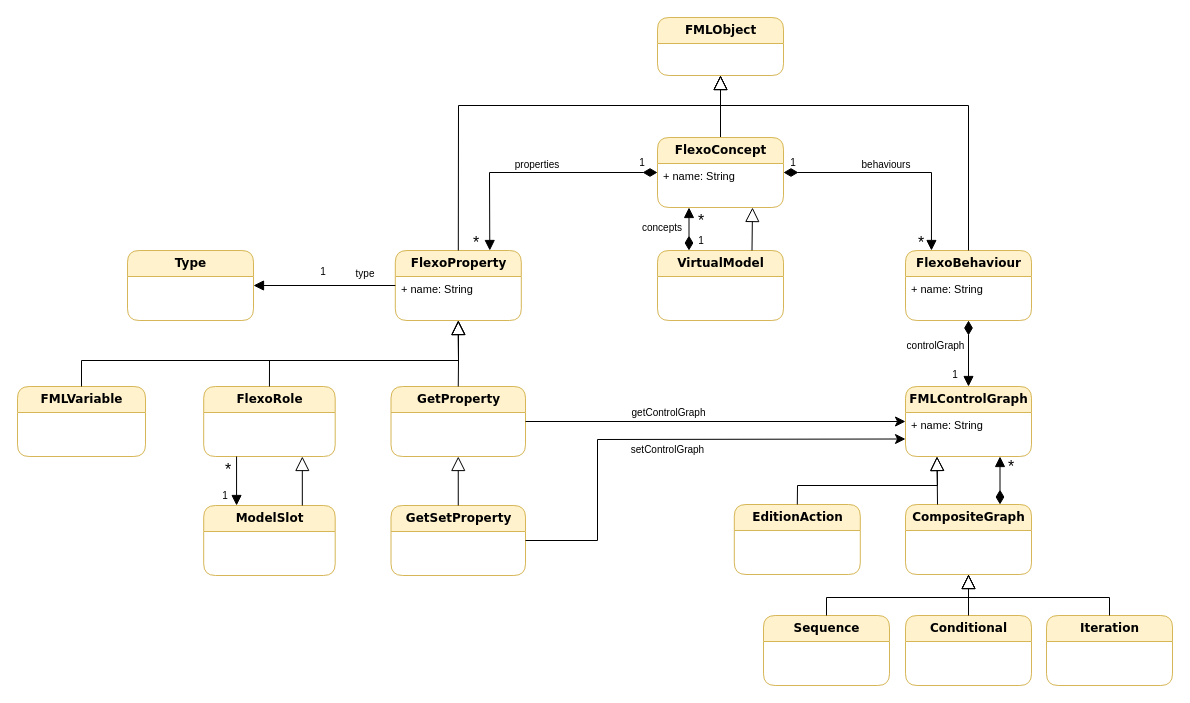
Before: Figures/FMLMetaModel.drawio in labsticc-p4s/multi-process-challenge, a draw.io diagram. Source tidied: cells renumbered, new cells numbered last; positions are measured from the earlier drawing's top-left corner, leaving out a move shared by most shapes. Both pictures are drawn from the tidied source at 100%, with x=0, y=0 at pixel (17, 17).
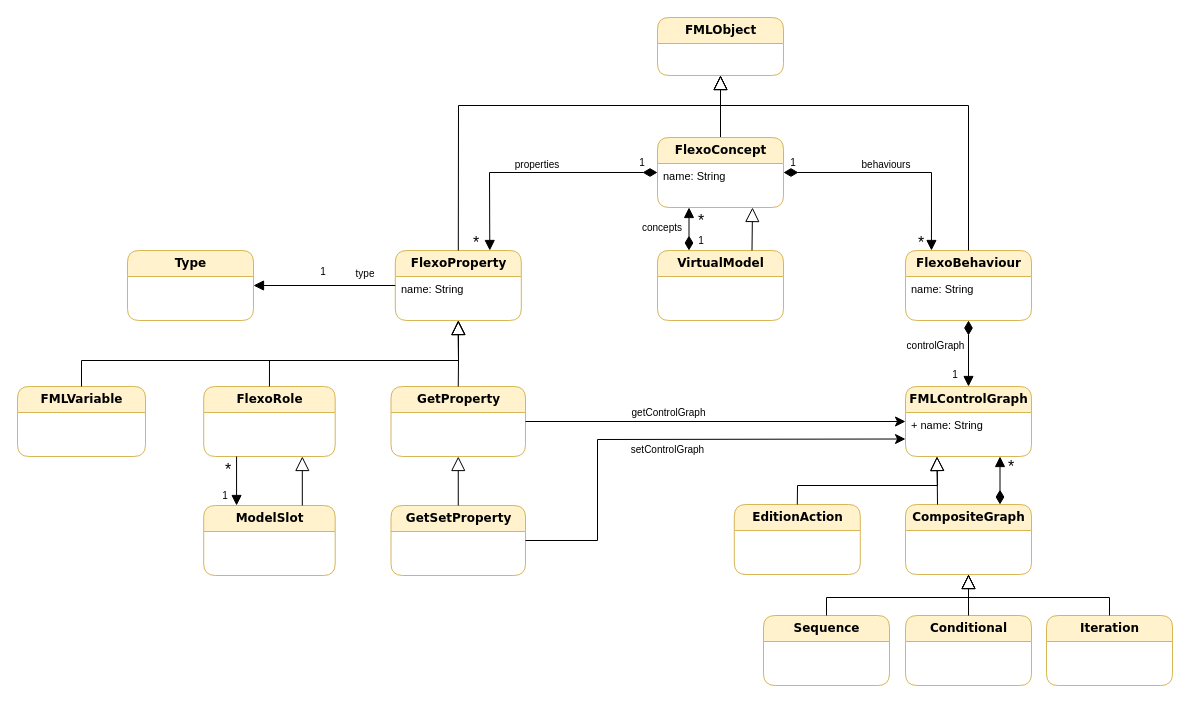
The same page after the edit.

Commit message (it also covers changes not shown here):
des retouches graphiques

The change refers to these unchanged cells:
```xml
<mxCell id="4" value="&lt;font style=&quot;font-size: 12px&quot;&gt;&lt;b&gt;FlexoConcept&lt;/b&gt;&lt;/font&gt;" style="swimlane;html=1;fontStyle=0;horizontal=1;startSize=26;fillColor=#fff2cc;swimlaneFillColor=#ffffff;rounded=1;shadow=0;comic=0;labelBackgroundColor=none;strokeWidth=1;fontFamily=Verdana;fontSize=10;align=center;strokeColor=#d6b656;" parent="1" vertex="1">
  <mxGeometry x="640" y="120" width="126" height="70" as="geometry" />
</mxCell>
<mxCell id="6" value="&lt;font style=&quot;font-size: 12px&quot;&gt;&lt;b&gt;FlexoProperty&lt;/b&gt;&lt;/font&gt;" style="swimlane;html=1;fontStyle=0;horizontal=1;startSize=26;fillColor=#fff2cc;swimlaneFillColor=#ffffff;rounded=1;shadow=0;comic=0;labelBackgroundColor=none;strokeWidth=1;fontFamily=Verdana;fontSize=10;align=center;strokeColor=#d6b656;" parent="1" vertex="1">
  <mxGeometry x="377.8" y="233" width="126" height="70" as="geometry" />
</mxCell>
<mxCell id="30" value="&lt;font style=&quot;font-size: 12px&quot;&gt;&lt;b&gt;FlexoBehaviour&lt;/b&gt;&lt;/font&gt;" style="swimlane;html=1;fontStyle=0;horizontal=1;startSize=26;fillColor=#fff2cc;swimlaneFillColor=#ffffff;rounded=1;shadow=0;comic=0;labelBackgroundColor=none;strokeWidth=1;fontFamily=Verdana;fontSize=10;align=center;strokeColor=#d6b656;" parent="1" vertex="1">
  <mxGeometry x="888" y="233" width="126" height="70" as="geometry" />
</mxCell>
```

What changed in the source:
```diff
@@
-    <mxCell id="5" value="+ name: String" style="text;html=1;strokeColor=none;fillColor=none;align=left;verticalAlign=top;spacingLeft=4;spacingRight=4;whiteSpace=wrap;overflow=hidden;points=[[0,0.5],[1,0.5]];portConstraint=eastwest;fontSize=11;" parent="4" vertex="1">
+    <mxCell id="5" value="name: String" style="text;html=1;strokeColor=none;fillColor=none;align=left;verticalAlign=top;spacingLeft=4;spacingRight=4;whiteSpace=wrap;overflow=hidden;points=[[0,0.5],[1,0.5]];portConstraint=eastwest;fontSize=11;" parent="4" vertex="1">
       <mxGeometry y="26" width="126" height="18" as="geometry" />
     </mxCell>
@@
-    <mxCell id="7" value="+ name: String" style="text;html=1;strokeColor=none;fillColor=none;align=left;verticalAlign=top;spacingLeft=4;spacingRight=4;whiteSpace=wrap;overflow=hidden;points=[[0,0.5],[1,0.5]];portConstraint=eastwest;fontSize=11;" parent="6" vertex="1">
+    <mxCell id="7" value="name: String" style="text;html=1;strokeColor=none;fillColor=none;align=left;verticalAlign=top;spacingLeft=4;spacingRight=4;whiteSpace=wrap;overflow=hidden;points=[[0,0.5],[1,0.5]];portConstraint=eastwest;fontSize=11;" parent="6" vertex="1">
       <mxGeometry y="26" width="126" height="18" as="geometry" />
     </mxCell>
@@
-    <mxCell id="31" value="+ name: String" style="text;html=1;strokeColor=none;fillColor=none;align=left;verticalAlign=top;spacingLeft=4;spacingRight=4;whiteSpace=wrap;overflow=hidden;fontSize=11;" parent="30" vertex="1">
+    <mxCell id="31" value="name: String" style="text;html=1;strokeColor=none;fillColor=none;align=left;verticalAlign=top;spacingLeft=4;spacingRight=4;whiteSpace=wrap;overflow=hidden;fontSize=11;" parent="30" vertex="1">
       <mxGeometry y="26" width="126" height="18" as="geometry" />
     </mxCell>
```
